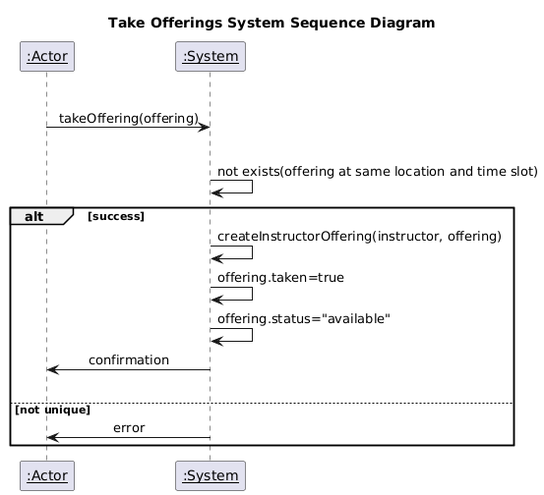
Earlier version of the PlantUML export deliverables/assets/take_offering_system_sequence_diagram.png (PrinceOfNothingg/Lesson-Booking-Management-System).
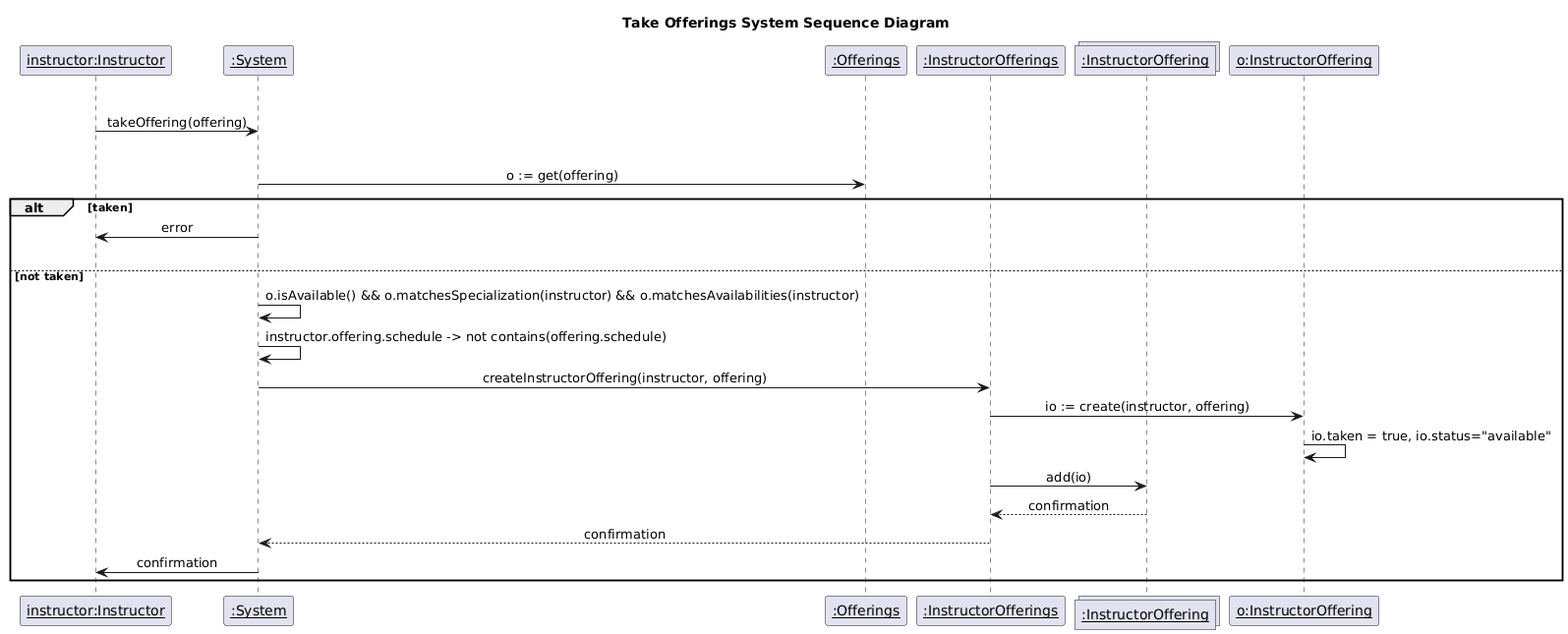
After the change.

Diff of the diagram source:
```diff
@@ -1,23 +1,34 @@
 @startuml
-participant "__:Actor__" as actor
+participant "__instructor:Instructor__" as actor
 participant "__:System__" as system
+participant "__:Offerings__" as offerings
+
+participant "__:InstructorOfferings__" as instructorOfferings
+collections "__:InstructorOffering__" as ioCollection
+participant "__o:InstructorOffering__" as io
+
 
 title Take Offerings System Sequence Diagram
-
 skinparam sequenceMessageAlign center
 
 |||
 actor -> system : takeOffering(offering)
 |||
-system -> system : not exists(offering at same location and time slot)
+system -> offerings : o := get(offering)
+alt taken
+system -> actor : error
+|||
+else not taken
+system -> system : o.isAvailable() && o.matchesSpecialization(instructor) && o.matchesAvailabilities(instructor)
+system -> system : instructor.offering.schedule -> not contains(offering.schedule)
 
-alt success
-system -> system : createInstructorOffering(instructor, offering)
-system -> system : offering.taken=true
-system -> system : offering.status="available"
+system -> instructorOfferings : createInstructorOffering(instructor, offering)
+instructorOfferings -> io : io := create(instructor, offering)
+io -> io : io.taken = true, io.status="available"
+instructorOfferings -> ioCollection : add(io)
+
+ioCollection --> instructorOfferings : confirmation
+instructorOfferings --> system : confirmation
 system -> actor : confirmation
-|||
-else not unique
-system -> actor : error
 end
 @enduml
```
